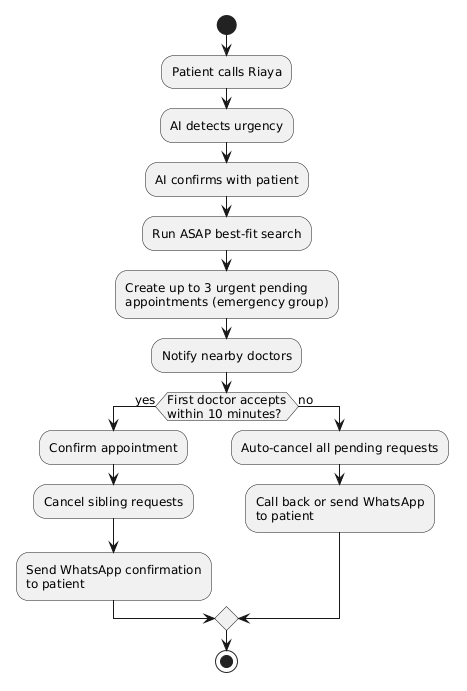
The PlantUML diagram images/activity_urgent_booking.png in AtriOmar/riaya-report, before a commit. The source it was exported from:
```plantuml
@startuml
skinparam monochrome true
skinparam shadowing false
skinparam defaultFontName Arial
skinparam defaultFontSize 12


start
:Patient calls Riaya;
:AI detects urgency;
:AI confirms with patient;
:Run ASAP best-fit search;
:Create up to 3 urgent pending\nappointments (emergency group);
:Notify nearby doctors;

if (First doctor accepts\nwithin 10 minutes?) then (yes)
  :Confirm appointment;
  :Cancel sibling requests;
  :Send WhatsApp confirmation\nto patient;
else (no)
  :Auto-cancel all pending requests;
  :Call back or send WhatsApp\nto patient;
endif

stop
@enduml
```
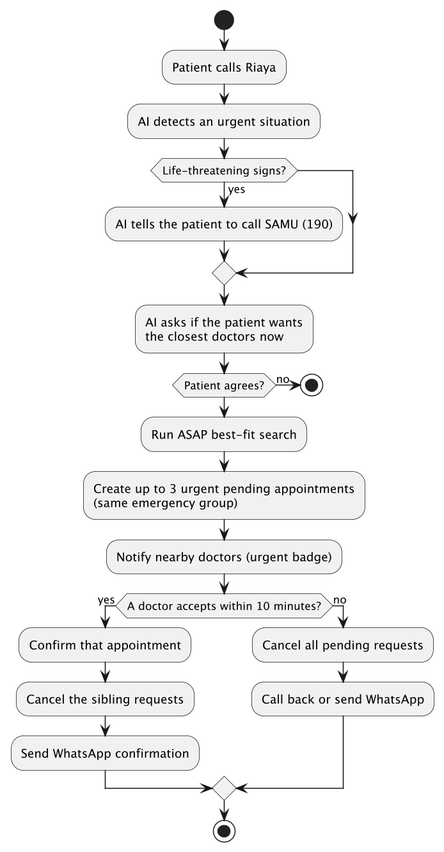
After the commit.

The edit, as a diff of the source:
```diff
@@ -1,26 +1,26 @@
 @startuml
-skinparam monochrome true
+skinparam dpi 150
 skinparam shadowing false
-skinparam defaultFontName Arial
-skinparam defaultFontSize 12
-
-
 start
 :Patient calls Riaya;
-:AI detects urgency;
-:AI confirms with patient;
+:AI detects an urgent situation;
+if (Life-threatening signs?) then (yes)
+  :AI tells the patient to call SAMU (190);
+endif
+:AI asks if the patient wants\nthe closest doctors now;
+if (Patient agrees?) then (no)
+  stop
+endif
 :Run ASAP best-fit search;
-:Create up to 3 urgent pending\nappointments (emergency group);
-:Notify nearby doctors;
-
-if (First doctor accepts\nwithin 10 minutes?) then (yes)
-  :Confirm appointment;
-  :Cancel sibling requests;
-  :Send WhatsApp confirmation\nto patient;
+:Create up to 3 urgent pending appointments\n(same emergency group);
+:Notify nearby doctors (urgent badge);
+if (A doctor accepts within 10 minutes?) then (yes)
+  :Confirm that appointment;
+  :Cancel the sibling requests;
+  :Send WhatsApp confirmation;
 else (no)
-  :Auto-cancel all pending requests;
-  :Call back or send WhatsApp\nto patient;
+  :Cancel all pending requests;
+  :Call back or send WhatsApp;
 endif
-
 stop
 @enduml
```
